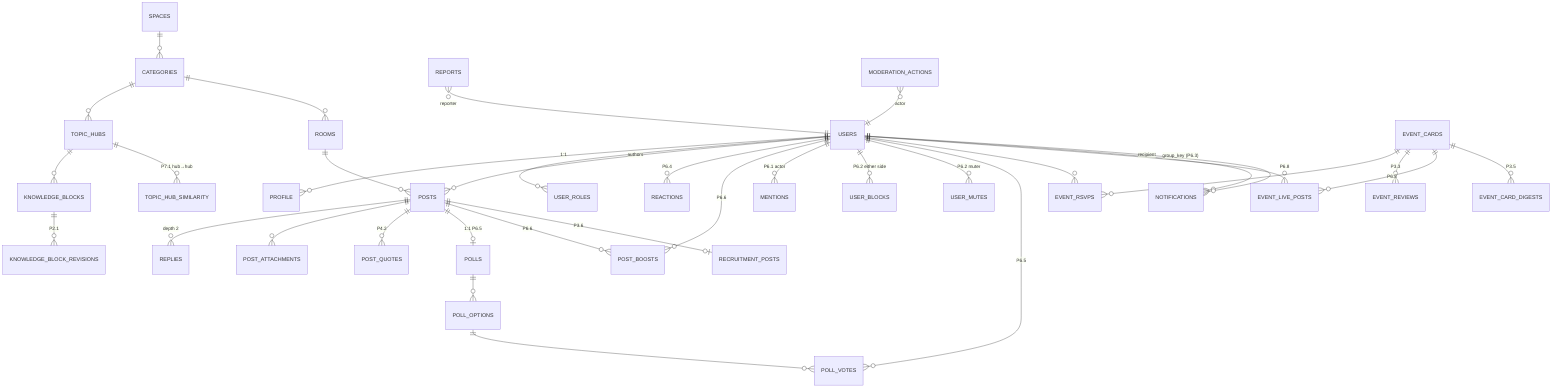
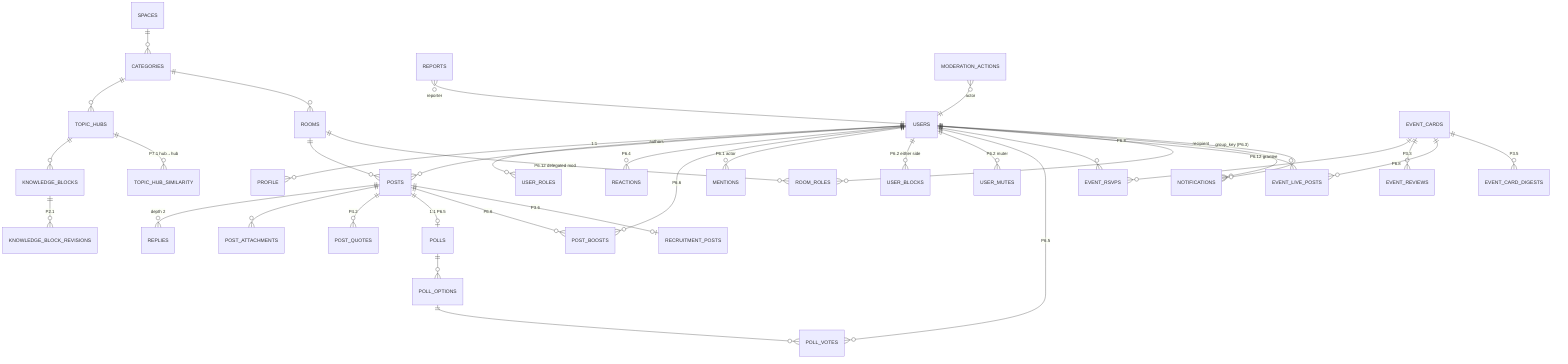
erDiagram
    USERS ||--o{ PROFILE : "1:1"
    USERS ||--o{ USER_ROLES : ""
    USERS ||--o{ POSTS : authors
    USERS ||--o{ REACTIONS : "P6.4"
    USERS ||--o{ POST_BOOSTS : "P6.6"
    USERS ||--o{ MENTIONS : "P6.1 actor"
    USERS ||--o{ USER_BLOCKS : "P6.2 either side"
    USERS ||--o{ USER_MUTES : "P6.2 muter"
    USERS ||--o{ POLL_VOTES : "P6.5"
    USERS ||--o{ EVENT_RSVPS : ""
    USERS ||--o{ EVENT_LIVE_POSTS : "P6.8"
+     USERS ||--o{ ROOM_ROLES : "P6.12 grantee"
    USERS ||--o{ NOTIFICATIONS : "recipient"

    SPACES ||--o{ CATEGORIES : ""
    CATEGORIES ||--o{ TOPIC_HUBS : ""
    CATEGORIES ||--o{ ROOMS : ""
    TOPIC_HUBS ||--o{ KNOWLEDGE_BLOCKS : ""
    TOPIC_HUBS ||--o{ TOPIC_HUB_SIMILARITY : "P7.1 hub→hub"
    KNOWLEDGE_BLOCKS ||--o{ KNOWLEDGE_BLOCK_REVISIONS : "P2.1"

    ROOMS ||--o{ POSTS : ""
+     ROOMS ||--o{ ROOM_ROLES : "P6.12 delegated mod"
    POSTS ||--o{ REPLIES : "depth 2"
    POSTS ||--o{ POST_ATTACHMENTS : ""
    POSTS ||--o{ POST_QUOTES : "P4.2"
    POSTS ||--o| POLLS : "1:1 P6.5"
    POSTS ||--o{ POST_BOOSTS : "P6.6"
    POSTS ||--o| RECRUITMENT_POSTS : "P3.6"

    POLLS ||--o{ POLL_OPTIONS : ""
    POLL_OPTIONS ||--o{ POLL_VOTES : ""

    EVENT_CARDS ||--o{ EVENT_RSVPS : ""
    EVENT_CARDS ||--o{ EVENT_REVIEWS : "P3.3"
    EVENT_CARDS ||--o{ EVENT_LIVE_POSTS : "P6.8"
    EVENT_CARDS ||--o{ EVENT_CARD_DIGESTS : "P3.5"

    NOTIFICATIONS }o--|| USERS : "group_key (P6.3)"
    REPORTS }o--|| USERS : "reporter"
    MODERATION_ACTIONS }o--|| USERS : "actor"
